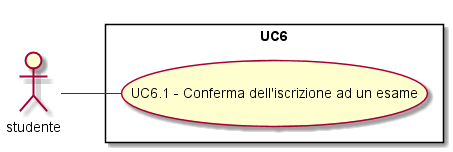
Before: Analisi dei requisiti/img/UC6.png, a diagram exported from PlantUML (SOS-SonsOfSwe/Marvin). The source it was exported from:
```plantuml
@startuml
left to right direction
skinparam packageStyle rectangle
actor studente
rectangle UC6 {
studente -- (UC6.1 - Conferma dell'iscrizione ad un esame)
}
@enduml
```
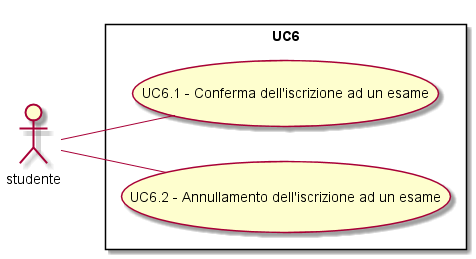
The same diagram one commit later.

The edit, as a diff of the source:
```diff
@@ -4,5 +4,6 @@
 actor studente
 rectangle UC6 {
 studente -- (UC6.1 - Conferma dell'iscrizione ad un esame)
+studente -- (UC6.2 - Annullamento dell'iscrizione ad un esame)
 }
 @enduml
```
